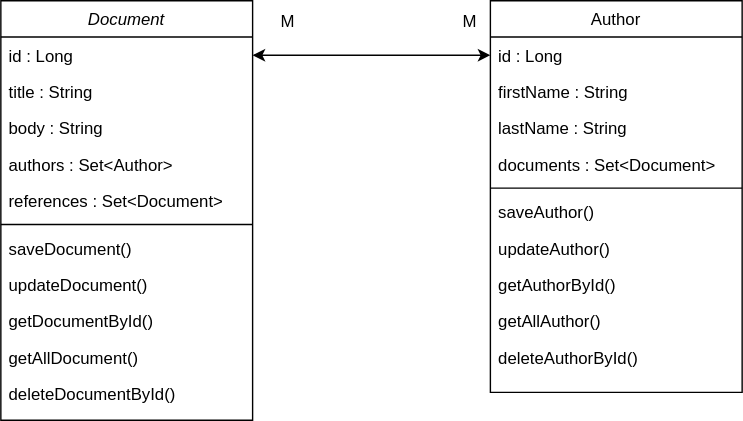
Before: design-documents/document-and-author-management-class-diagram.drawio.svg, a diagram exported from draw.io (CkanthG/document-and-author-management-application). Source tidied: cells renumbered, new cells last; positions are measured from the earlier drawing's top-left corner, leaving out a move shared by most shapes. Source of this version:
```xml
<mxGraphModel>
  <root>
    <mxCell id="0" />
    <mxCell id="1" parent="0" />
    <mxCell id="2" value="Document" style="swimlane;fontStyle=2;align=center;verticalAlign=top;horizontal=1;startSize=26;rounded=0;shadow=0;strokeWidth=1;" parent="1" vertex="1">
      <mxGeometry width="180" height="300" as="geometry" />
    </mxCell>
    <mxCell id="3" value="id : Long" style="text;align=left;verticalAlign=top;spacingLeft=4;spacingRight=4;overflow=hidden;points=[[0,0.5],[1,0.5]];portConstraint=eastwest;" parent="2" vertex="1">
      <mxGeometry y="26" width="180" height="26" as="geometry" />
    </mxCell>
    <mxCell id="4" value="title : String" style="text;align=left;verticalAlign=top;spacingLeft=4;spacingRight=4;overflow=hidden;rounded=0;shadow=0;html=0;" parent="2" vertex="1">
      <mxGeometry y="52" width="180" height="26" as="geometry" />
    </mxCell>
    <mxCell id="5" value="body : String" style="text;align=left;verticalAlign=top;spacingLeft=4;spacingRight=4;overflow=hidden;rounded=0;shadow=0;html=0;" parent="2" vertex="1">
      <mxGeometry y="78" width="180" height="26" as="geometry" />
    </mxCell>
    <mxCell id="6" value="authors : Set&lt;Author&gt;" style="text;align=left;verticalAlign=top;spacingLeft=4;spacingRight=4;overflow=hidden;" parent="2" vertex="1">
      <mxGeometry y="104" width="180" height="26" as="geometry" />
    </mxCell>
    <mxCell id="7" value="references : Set&lt;Document&gt;" style="text;align=left;verticalAlign=top;spacingLeft=4;spacingRight=4;overflow=hidden;" parent="2" vertex="1">
      <mxGeometry y="130" width="180" height="26" as="geometry" />
    </mxCell>
    <mxCell id="8" style="line;html=1;strokeWidth=1;align=left;verticalAlign=middle;spacingTop=-1;spacingLeft=3;spacingRight=3;labelPosition=right;" parent="2" vertex="1">
      <mxGeometry y="156" width="180" height="8" as="geometry" />
    </mxCell>
    <mxCell id="9" value="saveDocument()" style="text;align=left;verticalAlign=top;spacingLeft=4;spacingRight=4;overflow=hidden;" parent="2" vertex="1">
      <mxGeometry y="164" width="180" height="26" as="geometry" />
    </mxCell>
    <mxCell id="10" value="updateDocument()" style="text;align=left;verticalAlign=top;spacingLeft=4;spacingRight=4;overflow=hidden;" parent="2" vertex="1">
      <mxGeometry y="190" width="180" height="26" as="geometry" />
    </mxCell>
    <mxCell id="11" value="getDocumentById()" style="text;align=left;verticalAlign=top;spacingLeft=4;spacingRight=4;overflow=hidden;" parent="2" vertex="1">
      <mxGeometry y="216" width="180" height="26" as="geometry" />
    </mxCell>
    <mxCell id="12" value="getAllDocument()" style="text;align=left;verticalAlign=top;spacingLeft=4;spacingRight=4;overflow=hidden;" parent="2" vertex="1">
      <mxGeometry y="242" width="180" height="26" as="geometry" />
    </mxCell>
    <mxCell id="13" value="deleteDocumentById()" style="text;align=left;verticalAlign=top;spacingLeft=4;spacingRight=4;overflow=hidden;" parent="2" vertex="1">
      <mxGeometry y="268" width="180" height="26" as="geometry" />
    </mxCell>
    <mxCell id="14" value="Author" style="swimlane;fontStyle=0;align=center;verticalAlign=top;horizontal=1;startSize=26;rounded=0;shadow=0;strokeWidth=1;" parent="1" vertex="1">
      <mxGeometry x="350" width="180" height="280" as="geometry" />
    </mxCell>
    <mxCell id="15" value="id : Long" style="text;align=left;verticalAlign=top;spacingLeft=4;spacingRight=4;overflow=hidden;points=[[0,0.5],[1,0.5]];portConstraint=eastwest;" parent="14" vertex="1">
      <mxGeometry y="26" width="180" height="26" as="geometry" />
    </mxCell>
    <mxCell id="16" value="firstName : String" style="text;align=left;verticalAlign=top;spacingLeft=4;spacingRight=4;overflow=hidden;rounded=0;shadow=0;html=0;" parent="14" vertex="1">
      <mxGeometry y="52" width="180" height="26" as="geometry" />
    </mxCell>
    <mxCell id="17" value="lastName : String" style="text;align=left;verticalAlign=top;spacingLeft=4;spacingRight=4;overflow=hidden;rounded=0;shadow=0;html=0;" parent="14" vertex="1">
      <mxGeometry y="78" width="180" height="26" as="geometry" />
    </mxCell>
    <mxCell id="18" value="documents : Set&lt;Document&gt;" style="text;align=left;verticalAlign=top;spacingLeft=4;spacingRight=4;overflow=hidden;rounded=0;shadow=0;html=0;" parent="14" vertex="1">
      <mxGeometry y="104" width="180" height="26" as="geometry" />
    </mxCell>
    <mxCell id="19" style="line;html=1;strokeWidth=1;align=left;verticalAlign=middle;spacingTop=-1;spacingLeft=3;spacingRight=3;labelPosition=right;" parent="14" vertex="1">
      <mxGeometry y="130" width="180" height="8" as="geometry" />
    </mxCell>
    <mxCell id="20" value="saveAuthor()" style="text;align=left;verticalAlign=top;spacingLeft=4;spacingRight=4;overflow=hidden;" parent="14" vertex="1">
      <mxGeometry y="138" width="180" height="26" as="geometry" />
    </mxCell>
    <mxCell id="21" value="updateAuthor()" style="text;align=left;verticalAlign=top;spacingLeft=4;spacingRight=4;overflow=hidden;" parent="14" vertex="1">
      <mxGeometry y="164" width="180" height="26" as="geometry" />
    </mxCell>
    <mxCell id="22" value="getAuthorById()" style="text;align=left;verticalAlign=top;spacingLeft=4;spacingRight=4;overflow=hidden;" parent="14" vertex="1">
      <mxGeometry y="190" width="180" height="26" as="geometry" />
    </mxCell>
    <mxCell id="23" value="getAllAuthor()" style="text;align=left;verticalAlign=top;spacingLeft=4;spacingRight=4;overflow=hidden;" parent="14" vertex="1">
      <mxGeometry y="216" width="180" height="26" as="geometry" />
    </mxCell>
    <mxCell id="24" value="deleteAuthorById()" style="text;align=left;verticalAlign=top;spacingLeft=4;spacingRight=4;overflow=hidden;" parent="14" vertex="1">
      <mxGeometry y="242" width="180" height="26" as="geometry" />
    </mxCell>
    <mxCell id="25" style="endArrow=classic;startArrow=classic;html=1;rounded=0;exitX=1;exitY=0.5;exitDx=0;exitDy=0;entryX=0;entryY=0.5;entryDx=0;entryDy=0;" parent="1" edge="1" source="3" target="15">
      <mxGeometry relative="1" as="geometry" />
    </mxCell>
    <mxCell id="26" value="M" style="text;html=1;align=center;verticalAlign=middle;strokeColor=none;fillColor=none;" parent="1" vertex="1">
      <mxGeometry x="320" width="30" height="30" as="geometry" />
    </mxCell>
    <mxCell id="27" value="M" style="text;html=1;align=center;verticalAlign=middle;strokeColor=none;fillColor=none;" parent="1" vertex="1">
      <mxGeometry x="190" width="30" height="30" as="geometry" />
    </mxCell>
  </root>
</mxGraphModel>
```
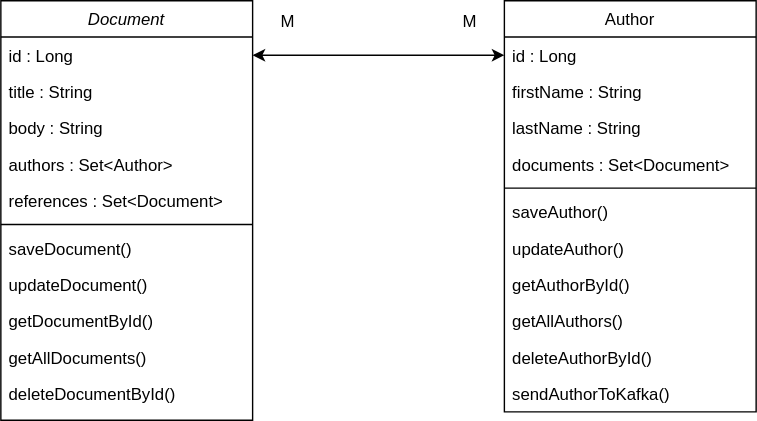
The same diagram one commit later.

What changed in the source:
```diff
@@ -32,14 +32,14 @@
     <mxCell id="11" value="getDocumentById()" style="text;align=left;verticalAlign=top;spacingLeft=4;spacingRight=4;overflow=hidden;" parent="2" vertex="1">
       <mxGeometry y="216" width="180" height="26" as="geometry" />
     </mxCell>
-    <mxCell id="12" value="getAllDocument()" style="text;align=left;verticalAlign=top;spacingLeft=4;spacingRight=4;overflow=hidden;" parent="2" vertex="1">
+    <mxCell id="12" value="getAllDocuments()" style="text;align=left;verticalAlign=top;spacingLeft=4;spacingRight=4;overflow=hidden;" parent="2" vertex="1">
       <mxGeometry y="242" width="180" height="26" as="geometry" />
     </mxCell>
     <mxCell id="13" value="deleteDocumentById()" style="text;align=left;verticalAlign=top;spacingLeft=4;spacingRight=4;overflow=hidden;" parent="2" vertex="1">
       <mxGeometry y="268" width="180" height="26" as="geometry" />
     </mxCell>
     <mxCell id="14" value="Author" style="swimlane;fontStyle=0;align=center;verticalAlign=top;horizontal=1;startSize=26;rounded=0;shadow=0;strokeWidth=1;" parent="1" vertex="1">
-      <mxGeometry x="350" width="180" height="280" as="geometry" />
+      <mxGeometry x="360" width="180" height="294" as="geometry" />
     </mxCell>
     <mxCell id="15" value="id : Long" style="text;align=left;verticalAlign=top;spacingLeft=4;spacingRight=4;overflow=hidden;points=[[0,0.5],[1,0.5]];portConstraint=eastwest;" parent="14" vertex="1">
       <mxGeometry y="26" width="180" height="26" as="geometry" />
@@ -65,12 +65,15 @@
     <mxCell id="22" value="getAuthorById()" style="text;align=left;verticalAlign=top;spacingLeft=4;spacingRight=4;overflow=hidden;" parent="14" vertex="1">
       <mxGeometry y="190" width="180" height="26" as="geometry" />
     </mxCell>
-    <mxCell id="23" value="getAllAuthor()" style="text;align=left;verticalAlign=top;spacingLeft=4;spacingRight=4;overflow=hidden;" parent="14" vertex="1">
+    <mxCell id="23" value="getAllAuthors()" style="text;align=left;verticalAlign=top;spacingLeft=4;spacingRight=4;overflow=hidden;" parent="14" vertex="1">
       <mxGeometry y="216" width="180" height="26" as="geometry" />
     </mxCell>
     <mxCell id="24" value="deleteAuthorById()" style="text;align=left;verticalAlign=top;spacingLeft=4;spacingRight=4;overflow=hidden;" parent="14" vertex="1">
       <mxGeometry y="242" width="180" height="26" as="geometry" />
     </mxCell>
+    <mxCell id="28" value="sendAuthorToKafka()" style="text;align=left;verticalAlign=top;spacingLeft=4;spacingRight=4;overflow=hidden;" parent="14" vertex="1">
+      <mxGeometry y="268" width="180" height="26" as="geometry" />
+    </mxCell>
     <mxCell id="25" style="endArrow=classic;startArrow=classic;html=1;rounded=0;exitX=1;exitY=0.5;exitDx=0;exitDy=0;entryX=0;entryY=0.5;entryDx=0;entryDy=0;" parent="1" edge="1" source="3" target="15">
       <mxGeometry relative="1" as="geometry" />
     </mxCell>
```
